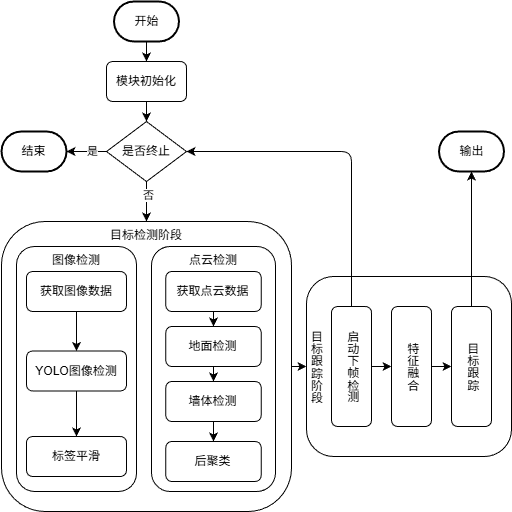
Above: docs/flowcharts/frame.png in vesita/perple (draw.io), before the change. Source tidied: cells renumbered, new cells last; positions are measured from the earlier drawing's top-left corner, leaving out a move shared by most shapes.
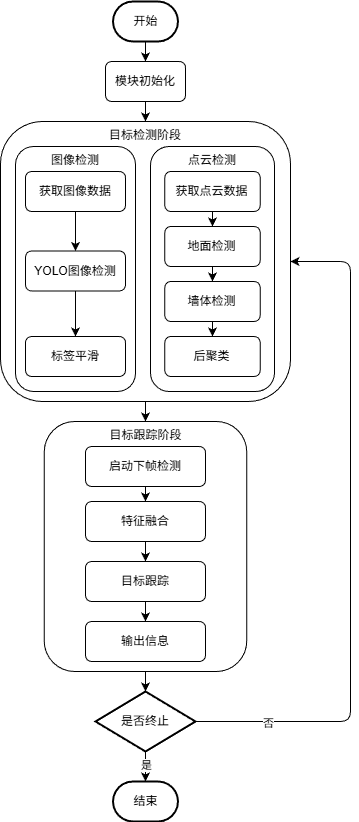
Later version of the same file.

Commit message:
docs: 更新流程图 & 汉化脚本标签

The edit, as a diff of the source:
```diff
@@ -5,58 +5,25 @@
     <mxCell id="2" style="edgeStyle=none;html=1;exitX=0.5;exitY=1;exitDx=0;exitDy=0;entryX=0.5;entryY=0;entryDx=0;entryDy=0;exitPerimeter=0;" parent="1" edge="1" source="38" target="4">
       <mxGeometry relative="1" as="geometry" />
     </mxCell>
-    <mxCell id="3" style="edgeStyle=none;html=1;exitX=0.5;exitY=1;exitDx=0;exitDy=0;entryX=0.5;entryY=0;entryDx=0;entryDy=0;" parent="1" edge="1" source="4" target="9">
-      <mxGeometry relative="1" as="geometry" />
-    </mxCell>
+    <mxCell id="40" style="edgeStyle=none;html=1;exitX=0.5;exitY=1;exitDx=0;exitDy=0;entryX=0.5;entryY=0;entryDx=0;entryDy=0;" parent="1" edge="1" source="4" target="12">
+      <mxGeometry relative="1" as="geometry" />
+    </mxCell>
     <mxCell id="4" value="模块初始化" style="rounded=1;whiteSpace=wrap;html=1;" parent="1" vertex="1">
       <mxGeometry x="105" y="60" width="80" height="40" as="geometry" />
     </mxCell>
-    <mxCell id="5" style="edgeStyle=none;html=1;exitX=0.5;exitY=1;exitDx=0;exitDy=0;entryX=0.5;entryY=0;entryDx=0;entryDy=0;" parent="1" edge="1" source="9" target="12">
-      <mxGeometry relative="1" as="geometry" />
-    </mxCell>
-    <mxCell id="6" value="否" style="edgeLabel;html=1;align=center;verticalAlign=middle;" parent="5" vertex="1">
-      <mxGeometry x="-0.35" y="1" relative="1" as="geometry" />
-    </mxCell>
-    <mxCell id="7" style="edgeStyle=none;html=1;exitX=0;exitY=0.5;exitDx=0;exitDy=0;entryX=1;entryY=0.5;entryDx=0;entryDy=0;entryPerimeter=0;" parent="1" edge="1" source="9" target="39">
-      <mxGeometry relative="1" as="geometry" />
-    </mxCell>
-    <mxCell id="8" value="是" style="edgeLabel;html=1;align=center;verticalAlign=middle;" parent="7" vertex="1">
-      <mxGeometry x="-0.24" y="-1" relative="1" as="geometry" />
-    </mxCell>
-    <mxCell id="9" value="是否终止" style="rhombus;whiteSpace=wrap;html=1;" parent="1" vertex="1">
-      <mxGeometry x="105" y="120" width="80" height="60" as="geometry" />
-    </mxCell>
+    <mxCell id="38" value="开始" style="strokeWidth=2;html=1;shape=mxgraph.flowchart.terminator;whiteSpace=wrap;" parent="1" vertex="1">
+      <mxGeometry x="112.5" width="65" height="40" as="geometry" />
+    </mxCell>
-    <mxCell id="10" style="edgeStyle=none;html=1;exitX=1;exitY=0.5;exitDx=0;exitDy=0;entryX=0;entryY=0.5;entryDx=0;entryDy=0;" parent="1" edge="1" source="12" target="30">
+    <mxCell id="10" style="edgeStyle=none;html=1;exitX=0.5;exitY=1;exitDx=0;exitDy=0;" parent="1" edge="1" source="12" target="30">
       <mxGeometry relative="1" as="geometry" />
     </mxCell>
-    <mxCell id="11" style="group;" parent="1" vertex="1">
-      <mxGeometry y="220" width="290" height="290" as="geometry" />
-    </mxCell>
+    <mxCell id="41" style="group;" parent="1" vertex="1">
+      <mxGeometry y="120" width="290" height="280" as="geometry" />
+    </mxCell>
-    <mxCell id="12" value="目标检测阶段" style="rounded=1;whiteSpace=wrap;html=1;verticalAlign=top;" parent="11" vertex="1">
-      <mxGeometry width="290" height="290" as="geometry" />
+    <mxCell id="12" value="目标检测阶段" style="rounded=1;whiteSpace=wrap;html=1;verticalAlign=top;" parent="41" vertex="1">
+      <mxGeometry width="290" height="280" as="geometry" />
     </mxCell>
-    <mxCell id="13" style="group;" parent="11" vertex="1">
-      <mxGeometry x="10" y="25" width="130" height="245" as="geometry" />
-    </mxCell>
-    <mxCell id="14" value="图像检测" style="rounded=1;whiteSpace=wrap;html=1;verticalAlign=top;" parent="13" vertex="1">
-      <mxGeometry x="5" width="120" height="245" as="geometry" />
-    </mxCell>
-    <mxCell id="15" style="edgeStyle=none;html=1;exitX=0.5;exitY=1;exitDx=0;exitDy=0;entryX=0.5;entryY=0;entryDx=0;entryDy=0;" parent="13" edge="1" source="16" target="18">
-      <mxGeometry relative="1" as="geometry" />
-    </mxCell>
-    <mxCell id="16" value="获取图像数据" style="rounded=1;whiteSpace=wrap;html=1;" parent="13" vertex="1">
-      <mxGeometry x="15" y="25" width="100" height="40" as="geometry" />
-    </mxCell>
-    <mxCell id="17" style="edgeStyle=none;html=1;exitX=0.5;exitY=1;exitDx=0;exitDy=0;entryX=0.5;entryY=0;entryDx=0;entryDy=0;" parent="13" edge="1" source="18" target="19">
-      <mxGeometry relative="1" as="geometry" />
-    </mxCell>
-    <mxCell id="18" value="YOLO图像检测" style="rounded=1;whiteSpace=wrap;html=1;" parent="13" vertex="1">
-      <mxGeometry x="15" y="104.5" width="100" height="40" as="geometry" />
-    </mxCell>
-    <mxCell id="19" value="标签平滑" style="rounded=1;whiteSpace=wrap;html=1;" parent="13" vertex="1">
-      <mxGeometry x="15" y="190" width="100" height="40" as="geometry" />
-    </mxCell>
-    <mxCell id="20" style="group;" parent="11" vertex="1">
+    <mxCell id="20" style="group;" parent="41" vertex="1">
       <mxGeometry x="150" y="25" width="124" height="245" as="geometry" />
     </mxCell>
     <mxCell id="21" value="点云检测" style="rounded=1;whiteSpace=wrap;html=1;verticalAlign=top;" parent="20" vertex="1">
@@ -72,7 +39,7 @@
       <mxGeometry x="14.3" y="135" width="95.4" height="40" as="geometry" />
     </mxCell>
     <mxCell id="25" value="后聚类" style="rounded=1;whiteSpace=wrap;html=1;" parent="20" vertex="1">
-      <mxGeometry x="14.3" y="195" width="95.4" height="40" as="geometry" />
+      <mxGeometry x="14.3" y="190" width="95.4" height="40" as="geometry" />
     </mxCell>
     <mxCell id="26" style="edgeStyle=none;html=1;exitX=0.5;exitY=1;exitDx=0;exitDy=0;entryX=0.5;entryY=0;entryDx=0;entryDy=0;" parent="20" edge="1" source="22" target="23">
       <mxGeometry relative="1" as="geometry" />
@@ -83,45 +50,76 @@
     <mxCell id="28" style="edgeStyle=none;html=1;exitX=0.5;exitY=1;exitDx=0;exitDy=0;entryX=0.5;entryY=0;entryDx=0;entryDy=0;" parent="20" edge="1" source="24" target="25">
       <mxGeometry relative="1" as="geometry" />
     </mxCell>
-    <mxCell id="29" style="group;" parent="1" vertex="1">
-      <mxGeometry x="305" y="275" width="205" height="180" as="geometry" />
-    </mxCell>
+    <mxCell id="42" style="group;" parent="41" vertex="1">
+      <mxGeometry x="15" y="25" width="120" height="245" as="geometry" />
+    </mxCell>
+    <mxCell id="14" value="图像检测" style="rounded=1;whiteSpace=wrap;html=1;verticalAlign=top;" parent="42" vertex="1">
+      <mxGeometry width="120" height="245" as="geometry" />
+    </mxCell>
+    <mxCell id="16" value="获取图像数据" style="rounded=1;whiteSpace=wrap;html=1;" parent="42" vertex="1">
+      <mxGeometry x="10" y="25" width="100" height="40" as="geometry" />
+    </mxCell>
+    <mxCell id="18" value="YOLO图像检测" style="rounded=1;whiteSpace=wrap;html=1;" parent="42" vertex="1">
+      <mxGeometry x="10" y="104.5" width="100" height="40" as="geometry" />
+    </mxCell>
+    <mxCell id="19" value="标签平滑" style="rounded=1;whiteSpace=wrap;html=1;" parent="42" vertex="1">
+      <mxGeometry x="10" y="190" width="100" height="40" as="geometry" />
+    </mxCell>
+    <mxCell id="15" style="edgeStyle=none;html=1;exitX=0.5;exitY=1;exitDx=0;exitDy=0;entryX=0.5;entryY=0;entryDx=0;entryDy=0;" parent="42" edge="1" source="16" target="18">
+      <mxGeometry relative="1" as="geometry" />
+    </mxCell>
+    <mxCell id="17" style="edgeStyle=none;html=1;exitX=0.5;exitY=1;exitDx=0;exitDy=0;entryX=0.5;entryY=0;entryDx=0;entryDy=0;" parent="42" edge="1" source="18" target="19">
+      <mxGeometry relative="1" as="geometry" />
+    </mxCell>
+    <mxCell id="5" style="edgeStyle=none;html=1;exitX=1;exitY=0.5;exitDx=0;exitDy=0;exitPerimeter=0;entryX=1;entryY=0.5;entryDx=0;entryDy=0;" parent="1" edge="1" source="9" target="12">
+      <mxGeometry relative="1" as="geometry">
+        <Array as="points">
+          <mxPoint x="350" y="720" />
+          <mxPoint x="350" y="260" />
+        </Array>
+      </mxGeometry>
+    </mxCell>
+    <mxCell id="6" value="否" style="edgeLabel;html=1;align=center;verticalAlign=middle;" parent="5" vertex="1">
+      <mxGeometry x="-0.79" y="-1" relative="1" as="geometry" />
+    </mxCell>
+    <mxCell id="7" style="edgeStyle=none;html=1;exitX=0.5;exitY=1;exitDx=0;exitDy=0;exitPerimeter=0;entryX=0.5;entryY=0;entryDx=0;entryDy=0;entryPerimeter=0;" parent="1" edge="1" source="9" target="39">
+      <mxGeometry relative="1" as="geometry" />
+    </mxCell>
+    <mxCell id="8" value="是" style="edgeLabel;html=1;align=center;verticalAlign=middle;" parent="7" vertex="1">
+      <mxGeometry x="-0.15" relative="1" as="geometry" />
+    </mxCell>
+    <mxCell id="9" value="是否终止" style="strokeWidth=2;html=1;shape=mxgraph.flowchart.decision;whiteSpace=wrap;" parent="1" vertex="1">
+      <mxGeometry x="95" y="690" width="100" height="60" as="geometry" />
+    </mxCell>
-    <mxCell id="30" value="目标跟踪阶段" style="rounded=1;whiteSpace=wrap;html=1;verticalAlign=middle;align=left;textDirection=vertical-lr;" parent="29" vertex="1">
-      <mxGeometry width="205" height="180" as="geometry" />
+    <mxCell id="30" value="目标跟踪阶段" style="rounded=1;whiteSpace=wrap;html=1;verticalAlign=top;align=center;textDirection=ltr;" parent="1" vertex="1">
+      <mxGeometry x="43.8" y="420" width="202.5" height="250" as="geometry" />
     </mxCell>
-    <mxCell id="31" value="启动下帧检测" style="rounded=1;whiteSpace=wrap;html=1;textDirection=vertical-lr;align=center;" parent="29" vertex="1">
-      <mxGeometry x="25" y="30" width="40" height="120" as="geometry" />
+    <mxCell id="31" value="启动下帧检测" style="rounded=1;whiteSpace=wrap;html=1;textDirection=ltr;align=center;" parent="1" vertex="1">
+      <mxGeometry x="85" y="445" width="120" height="40" as="geometry" />
     </mxCell>
-    <mxCell id="32" value="特征融合" style="rounded=1;whiteSpace=wrap;html=1;textDirection=vertical-lr;" parent="29" vertex="1">
-      <mxGeometry x="85" y="30" width="40" height="120" as="geometry" />
+    <mxCell id="32" value="特征融合" style="rounded=1;whiteSpace=wrap;html=1;textDirection=ltr;" parent="1" vertex="1">
+      <mxGeometry x="85" y="500" width="120" height="40" as="geometry" />
     </mxCell>
+    <mxCell id="43" style="edgeStyle=none;html=1;exitX=0.5;exitY=1;exitDx=0;exitDy=0;entryX=0.5;entryY=0;entryDx=0;entryDy=0;" parent="1" edge="1" source="33" target="44">
+      <mxGeometry relative="1" as="geometry" />
+    </mxCell>
-    <mxCell id="33" value="目标跟踪" style="rounded=1;whiteSpace=wrap;html=1;textDirection=vertical-lr;" parent="29" vertex="1">
-      <mxGeometry x="145" y="30" width="40" height="120" as="geometry" />
+    <mxCell id="33" value="目标跟踪" style="rounded=1;whiteSpace=wrap;html=1;textDirection=ltr;" parent="1" vertex="1">
+      <mxGeometry x="85" y="560" width="120" height="40" as="geometry" />
     </mxCell>
-    <mxCell id="34" style="edgeStyle=none;html=1;exitX=1;exitY=0.5;exitDx=0;exitDy=0;entryX=0;entryY=0.5;entryDx=0;entryDy=0;" parent="29" edge="1" source="31" target="32">
+    <mxCell id="34" style="edgeStyle=none;html=1;exitX=0.5;exitY=1;exitDx=0;exitDy=0;entryX=0.5;entryY=0;entryDx=0;entryDy=0;" parent="1" edge="1" source="31" target="32">
       <mxGeometry relative="1" as="geometry" />
     </mxCell>
-    <mxCell id="35" style="edgeStyle=none;html=1;exitX=1;exitY=0.5;exitDx=0;exitDy=0;entryX=0;entryY=0.5;entryDx=0;entryDy=0;" parent="29" edge="1" source="32" target="33">
+    <mxCell id="35" style="edgeStyle=none;html=1;exitX=0.5;exitY=1;exitDx=0;exitDy=0;" parent="1" edge="1" source="32" target="33">
       <mxGeometry relative="1" as="geometry" />
     </mxCell>
-    <mxCell id="36" style="edgeStyle=none;html=1;exitX=0.5;exitY=0;exitDx=0;exitDy=0;entryX=1;entryY=0.5;entryDx=0;entryDy=0;" parent="1" edge="1" source="31" target="9">
-      <mxGeometry relative="1" as="geometry">
-        <Array as="points">
-          <mxPoint x="350" y="150" />
-        </Array>
-      </mxGeometry>
-    </mxCell>
-    <mxCell id="37" style="edgeStyle=none;html=1;exitX=0.5;exitY=0;exitDx=0;exitDy=0;entryX=0.5;entryY=1;entryDx=0;entryDy=0;entryPerimeter=0;" parent="1" edge="1" source="33" target="40">
-      <mxGeometry relative="1" as="geometry" />
-    </mxCell>
-    <mxCell id="38" value="开始" style="strokeWidth=2;html=1;shape=mxgraph.flowchart.terminator;whiteSpace=wrap;" parent="1" vertex="1">
-      <mxGeometry x="112.5" width="65" height="40" as="geometry" />
-    </mxCell>
+    <mxCell id="44" value="输出信息" style="rounded=1;whiteSpace=wrap;html=1;textDirection=ltr;" parent="1" vertex="1">
+      <mxGeometry x="85" y="620" width="120" height="40" as="geometry" />
+    </mxCell>
+    <mxCell id="45" style="edgeStyle=none;html=1;exitX=0.5;exitY=1;exitDx=0;exitDy=0;entryX=0.5;entryY=0;entryDx=0;entryDy=0;entryPerimeter=0;" parent="1" edge="1" source="30" target="9">
+      <mxGeometry relative="1" as="geometry" />
+    </mxCell>
     <mxCell id="39" value="结束" style="strokeWidth=2;html=1;shape=mxgraph.flowchart.terminator;whiteSpace=wrap;" parent="1" vertex="1">
-      <mxGeometry y="130" width="65" height="40" as="geometry" />
+      <mxGeometry x="112.5" y="780" width="65" height="40" as="geometry" />
     </mxCell>
-    <mxCell id="40" value="输出" style="strokeWidth=2;html=1;shape=mxgraph.flowchart.terminator;whiteSpace=wrap;" parent="1" vertex="1">
-      <mxGeometry x="437.5" y="130" width="65" height="40" as="geometry" />
-    </mxCell>
   </root>
 </mxGraphModel>
```
